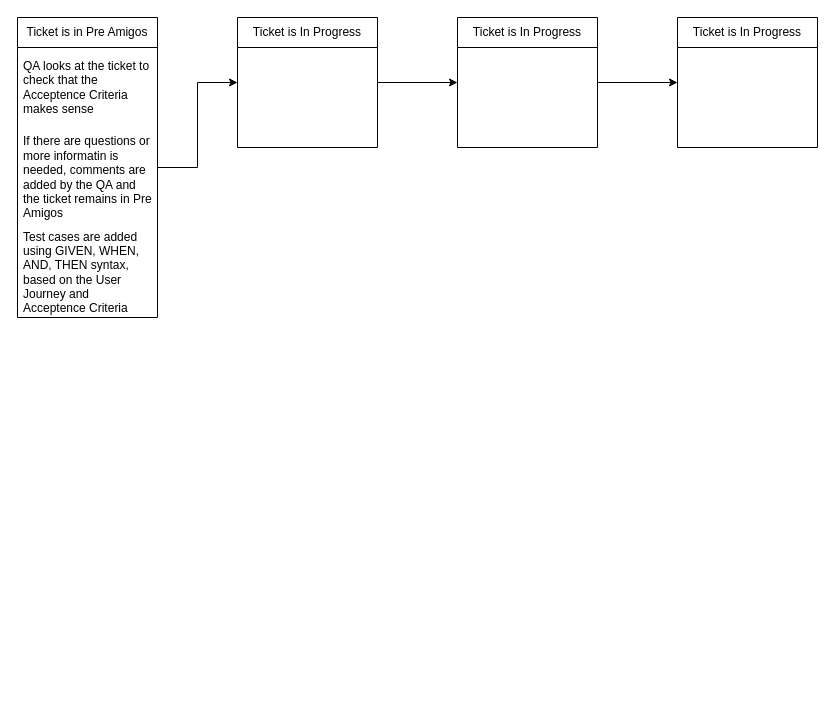
The draw.io diagram QA Responsibilities.drawio in EmmaHawkins/test_flows, before the edit. Source tidied: cells renumbered, new cells numbered last; positions are measured from the earlier drawing's top-left corner, leaving out a move shared by most shapes. Both pictures are drawn from the tidied source at 100%, with x=0, y=0 at pixel (17, 17).
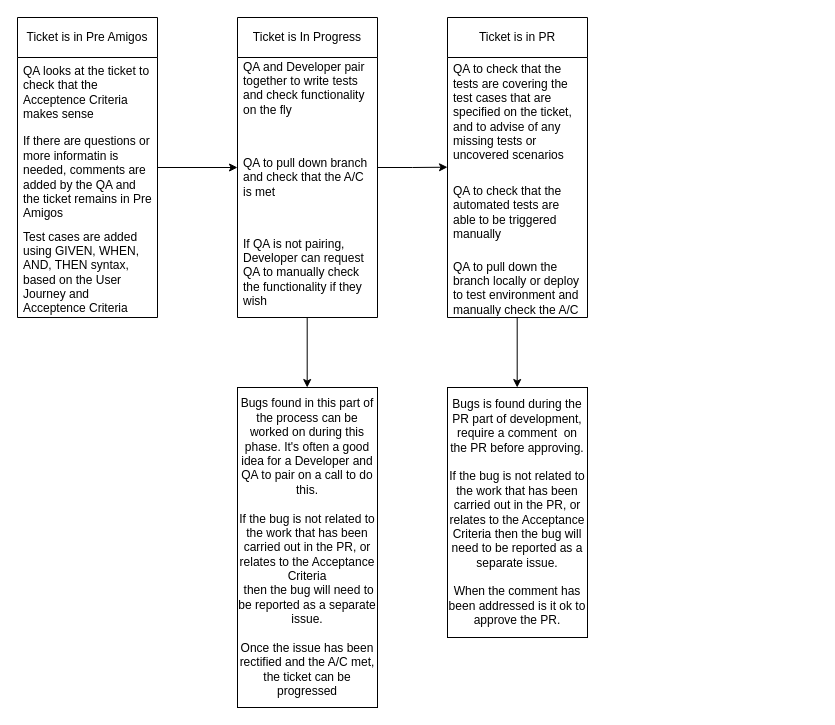
Above is the later version.

Change to the diagram source:
```diff
@@
-    <mxCell id="3" value="Ticket is in Pre Amigos" style="swimlane;fontStyle=0;horizontal=1;startSize=30;whiteSpace=wrap;html=1;" parent="1" vertex="1">
+    <mxCell id="3" value="Ticket is in Pre Amigos" style="swimlane;fontStyle=0;horizontal=1;startSize=40;whiteSpace=wrap;html=1;" parent="1" vertex="1">
       <mxGeometry width="140" height="300" as="geometry" />
     </mxCell>
     <mxCell id="4" value="QA looks at the ticket to check that the Acceptence Criteria makes sense" style="text;strokeColor=none;fillColor=none;align=left;verticalAlign=middle;spacingLeft=4;spacingRight=4;overflow=hidden;whiteSpace=wrap;html=1;" parent="3" vertex="1">
-      <mxGeometry y="30" width="140" height="80" as="geometry" />
+      <mxGeometry y="40" width="140" height="70" as="geometry" />
     </mxCell>
@@
-    <mxCell id="7" style="edgeStyle=orthogonalEdgeStyle;rounded=0;jettySize=auto;html=1;" parent="1" edge="1" source="8" target="10">
-      <mxGeometry relative="1" as="geometry" />
-    </mxCell>
+    <mxCell id="12" value="Ticket is in PR" style="swimlane;fontStyle=0;horizontal=1;startSize=40;whiteSpace=wrap;html=1;" parent="1" vertex="1">
+      <mxGeometry x="430" width="140" height="300" as="geometry" />
+    </mxCell>
+    <mxCell id="13" value="QA to check that the tests are covering the test cases that are specified on the ticket, and to advise of any missing tests or uncovered scenarios" style="text;strokeColor=none;fillColor=none;align=left;verticalAlign=middle;spacingLeft=4;spacingRight=4;overflow=hidden;whiteSpace=wrap;html=1;" parent="12" vertex="1">
+      <mxGeometry y="40" width="140" height="110" as="geometry" />
+    </mxCell>
+    <mxCell id="14" value="QA to check that the automated tests are able to be triggered manually" style="text;strokeColor=none;fillColor=none;align=left;verticalAlign=middle;spacingLeft=4;spacingRight=4;overflow=hidden;whiteSpace=wrap;html=1;" parent="12" vertex="1">
+      <mxGeometry y="150" width="140" height="90" as="geometry" />
+    </mxCell>
+    <mxCell id="15" value="QA to pull down the branch locally or deploy to test environment and manually check the A/C" style="text;strokeColor=none;fillColor=none;align=left;verticalAlign=middle;spacingLeft=4;spacingRight=4;overflow=hidden;whiteSpace=wrap;html=1;" parent="12" vertex="1">
+      <mxGeometry y="240" width="140" height="60" as="geometry" />
+    </mxCell>
-    <mxCell id="8" value="Ticket is In Progress" style="swimlane;fontStyle=0;horizontal=1;startSize=30;whiteSpace=wrap;html=1;" parent="1" vertex="1">
-      <mxGeometry x="220" width="140" height="130" as="geometry" />
+    <mxCell id="8" value="Ticket is In Progress" style="swimlane;fontStyle=0;horizontal=1;startSize=40;whiteSpace=wrap;html=1;" parent="1" vertex="1">
+      <mxGeometry x="220" width="140" height="300" as="geometry" />
     </mxCell>
-    <mxCell id="9" style="edgeStyle=orthogonalEdgeStyle;rounded=0;jettySize=auto;html=1;" parent="1" edge="1" source="10" target="11">
-      <mxGeometry relative="1" as="geometry" />
-    </mxCell>
-    <mxCell id="10" value="Ticket is In Progress" style="swimlane;fontStyle=0;horizontal=1;startSize=30;whiteSpace=wrap;html=1;" parent="1" vertex="1">
-      <mxGeometry x="440" width="140" height="130" as="geometry" />
-    </mxCell>
-    <mxCell id="11" value="Ticket is In Progress" style="swimlane;fontStyle=0;horizontal=1;startSize=30;whiteSpace=wrap;html=1;" parent="1" vertex="1">
-      <mxGeometry x="660" width="140" height="130" as="geometry" />
-    </mxCell>
+    <mxCell id="16" value="QA and Developer pair together to write tests and check functionality on the fly&lt;br&gt;&lt;br&gt;&lt;br&gt;&lt;br&gt;&lt;br&gt;" style="text;strokeColor=none;fillColor=none;align=left;verticalAlign=middle;spacingLeft=4;spacingRight=4;overflow=hidden;whiteSpace=wrap;html=1;" parent="8" vertex="1">
+      <mxGeometry y="40" width="140" height="70" as="geometry" />
+    </mxCell>
+    <mxCell id="17" value="QA to pull down branch and check that the A/C is met" style="text;strokeColor=none;fillColor=none;align=left;verticalAlign=middle;spacingLeft=4;spacingRight=4;overflow=hidden;points=[[0,0.5],[1,0.5]];portConstraint=eastwest;whiteSpace=wrap;html=1;" parent="8" vertex="1">
+      <mxGeometry y="110" width="140" height="100" as="geometry" />
+    </mxCell>
+    <mxCell id="18" value="If QA is not pairing, Developer can request QA to manually check the functionality if they wish" style="text;strokeColor=none;fillColor=none;align=left;verticalAlign=middle;spacingLeft=4;spacingRight=4;overflow=hidden;whiteSpace=wrap;html=1;" parent="8" vertex="1">
+      <mxGeometry y="210" width="140" height="90" as="geometry" />
+    </mxCell>
+    <mxCell id="19" style="edgeStyle=orthogonalEdgeStyle;rounded=0;jettySize=auto;html=1;entryX=0.013;entryY=0.43;entryDx=0;entryDy=0;entryPerimeter=0;exitX=0.997;exitY=0.4;exitDx=0;exitDy=0;exitPerimeter=0;" parent="1" edge="1" source="17">
+      <mxGeometry relative="1" as="geometry">
+        <mxPoint x="430" y="149.7" as="targetPoint" />
+      </mxGeometry>
+    </mxCell>
+    <mxCell id="20" style="endArrow=classic;html=1;rounded=0;" parent="1" edge="1">
+      <mxGeometry relative="1" as="geometry">
+        <mxPoint x="289.7" y="300" as="sourcePoint" />
+        <mxPoint x="289.7" y="370" as="targetPoint" />
+      </mxGeometry>
+    </mxCell>
+    <mxCell id="21" value="Bugs found in this part of the process can be worked on during this phase. It's often a good idea for a Developer and QA to pair on a call to do this. &lt;br&gt;&lt;br&gt;If the bug is not related to the work that has been carried out in the PR, or relates to the Acceptance Criteria&lt;br&gt;&amp;nbsp;then the bug will need to be reported as a separate issue.&lt;br&gt;&lt;br&gt;Once the issue has been rectified and the A/C met, the ticket can be progressed" style="rounded=0;whiteSpace=wrap;html=1;" parent="1" vertex="1">
+      <mxGeometry x="220" y="370" width="140" height="320" as="geometry" />
+    </mxCell>
+    <mxCell id="22" value="Bugs is found during the PR part of development, require a comment&amp;nbsp; on the PR before approving.&lt;br&gt;&lt;br&gt;If the bug is not related to the work that has been carried out in the PR, or relates to the Acceptance Criteria then the bug will need to be reported as a separate issue.&lt;br&gt;&lt;br&gt;When the comment has been addressed is it ok to approve the PR." style="rounded=0;whiteSpace=wrap;html=1;" parent="1" vertex="1">
+      <mxGeometry x="430" y="370" width="140" height="250" as="geometry" />
+    </mxCell>
+    <mxCell id="23" style="endArrow=classic;html=1;rounded=0;" parent="1" edge="1">
+      <mxGeometry relative="1" as="geometry">
+        <mxPoint x="499.7" y="300" as="sourcePoint" />
+        <mxPoint x="499.7" y="370" as="targetPoint" />
+      </mxGeometry>
+    </mxCell>
```
